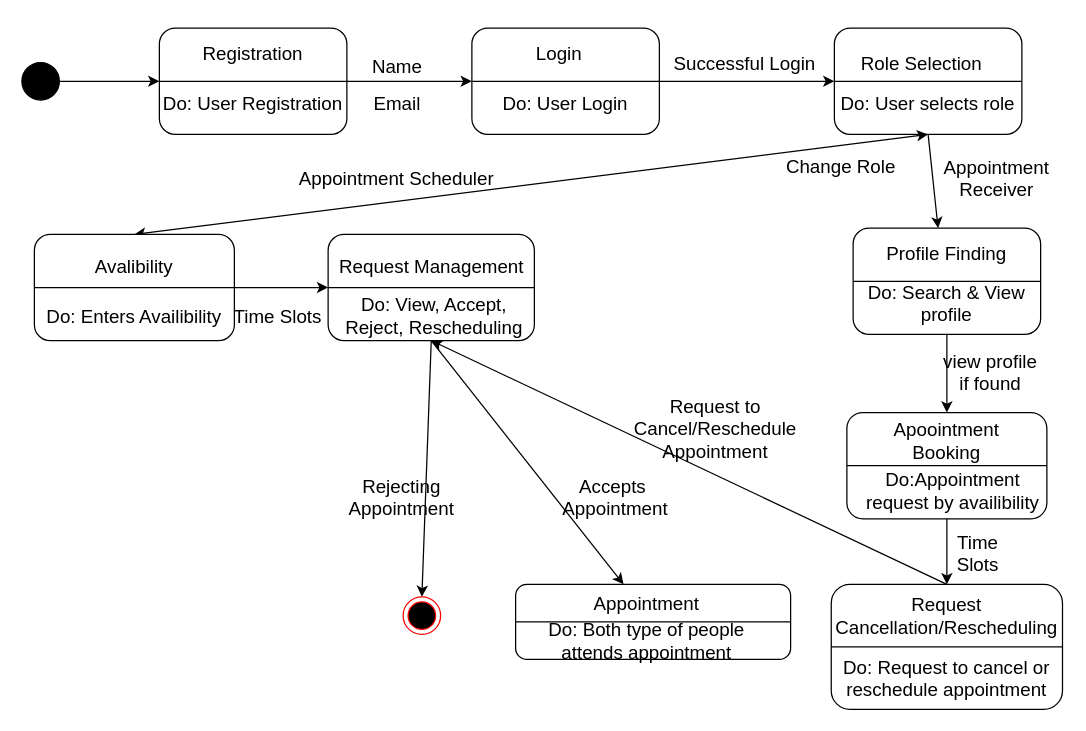
Above: StateDiagram v2.2.drawio in Yash7200/CP-1 (draw.io), before the change. Source tidied: cells renumbered, new cells numbered last; positions are measured from the earlier drawing's top-left corner, leaving out a move shared by most shapes. Both pictures are drawn from the tidied source at 125%, with x=0, y=0 at pixel (21, 21).
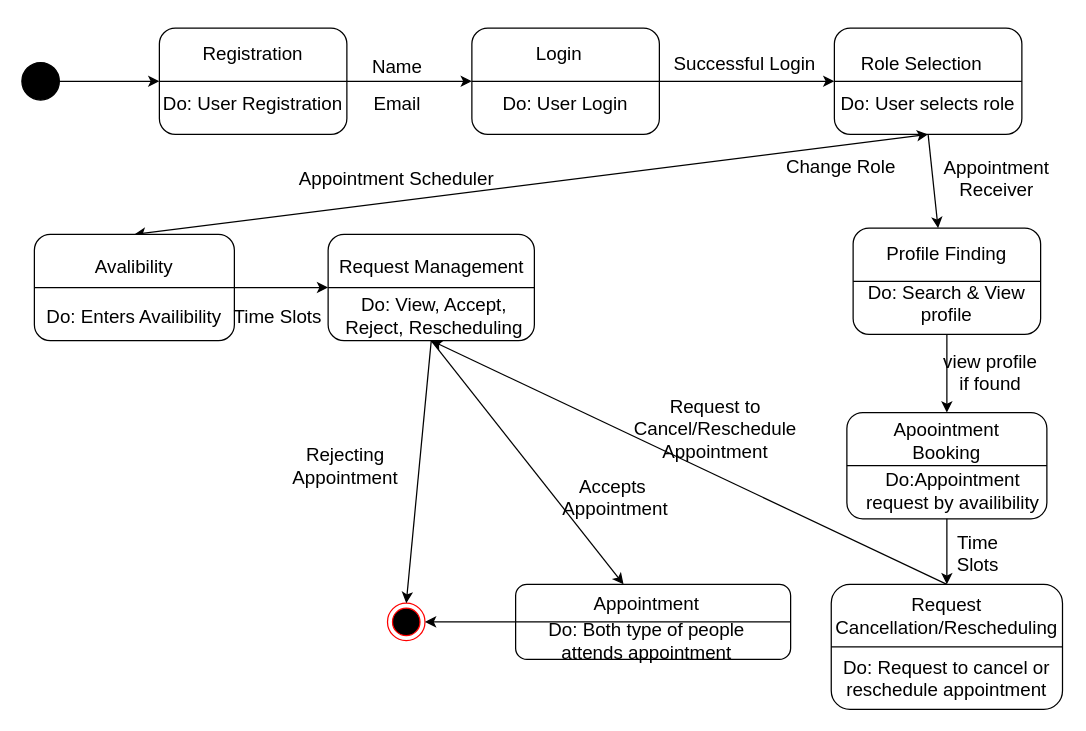
After the change.

Unchanged cells that the change refers to:
```xml
<mxCell id="54" style="rounded=1;whiteSpace=wrap;html=1;strokeColor=default;fontSize=15;fontColor=#000000;fillColor=default;" parent="1" vertex="1">
  <mxGeometry x="395" y="450" width="220" height="60" as="geometry" />
</mxCell>
```

Diff of the diagram source:
```diff
@@
     <mxCell id="4" style="ellipse;html=1;shape=endState;fillColor=#000000;strokeColor=#ff0000;fontSize=12;fontColor=#000000;" parent="1" vertex="1">
-      <mxGeometry x="305" y="460" width="30" height="30" as="geometry" />
+      <mxGeometry x="292.5" y="465" width="30" height="30" as="geometry" />
     </mxCell>
@@
     <mxCell id="35" value="&lt;div&gt;Rejecting&lt;/div&gt;&lt;div&gt;Appointment&lt;br&gt;&lt;/div&gt;" style="text;html=1;strokeColor=none;fillColor=none;align=center;verticalAlign=middle;whiteSpace=wrap;rounded=0;fontSize=15;fontColor=#000000;" parent="1" vertex="1">
-      <mxGeometry x="260" y="360" width="87.5" height="40" as="geometry" />
+      <mxGeometry x="215" y="335" width="87.5" height="40" as="geometry" />
     </mxCell>
@@
+    <mxCell id="63" style="endArrow=classic;html=1;rounded=0;exitX=0;exitY=0.5;exitDx=0;exitDy=0;entryX=1;entryY=0.5;entryDx=0;entryDy=0;" parent="1" edge="1" source="54" target="4">
+      <mxGeometry relative="1" as="geometry" />
+    </mxCell>
```
